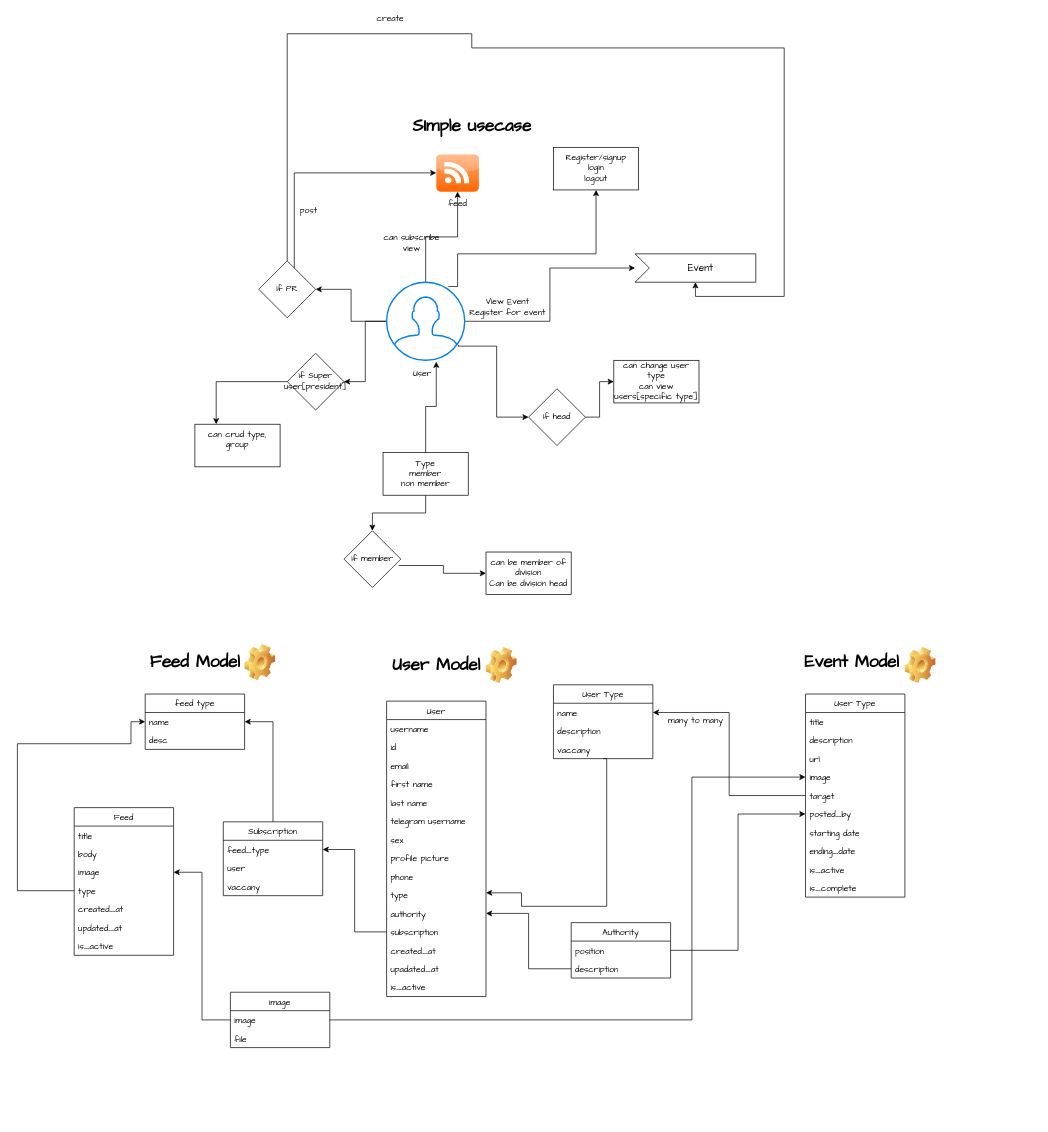
This is csec-hub-simple-design.drawio from CSEC-ASTU/dev_hackathon_bro_code, a draw.io file, before an edit. Source tidied: cells renumbered, new cells numbered last; positions are measured from the earlier drawing's top-left corner, leaving out a move shared by most shapes. Both pictures are drawn from the tidied source at 71%, with x=0, y=0 at pixel (17, 12).
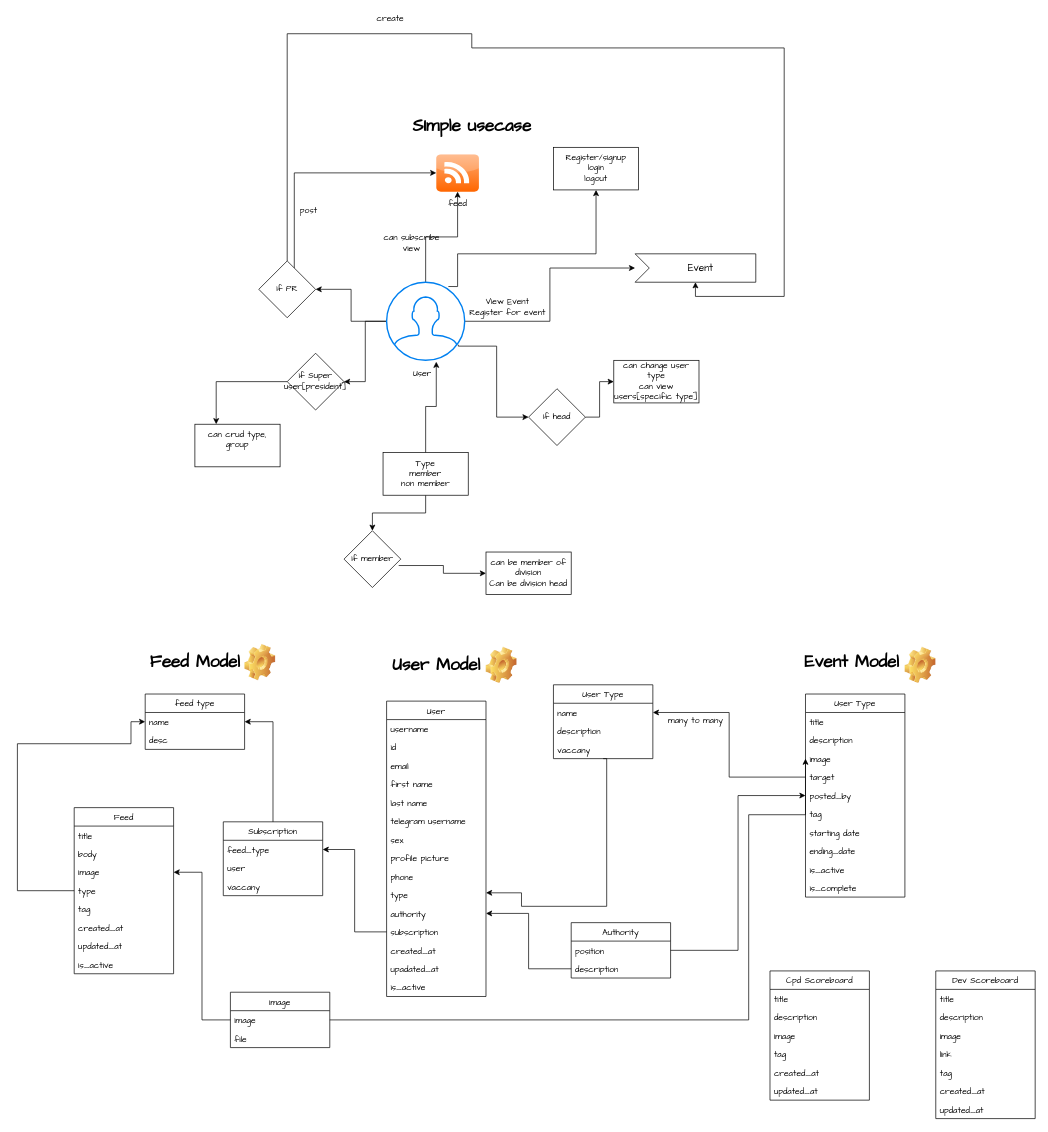
After the change.

The change refers to these unchanged cells:
```xml
<mxCell id="78" value="User Type" style="swimlane;fontStyle=0;horizontal=1;startSize=26;fillColor=none;fontFamily=Comic Sans MS;" parent="1" vertex="1">
  <mxGeometry x="1110" y="960" width="140" height="286" as="geometry" />
</mxCell>
<mxCell id="91" value="image" style="text;strokeColor=none;fillColor=none;align=left;verticalAlign=top;spacingLeft=4;spacingRight=4;overflow=hidden;points=[[0,0.5],[1,0.5]];portConstraint=eastwest;fontFamily=Comic Sans MS;" parent="90" vertex="1">
  <mxGeometry y="26" width="140" height="26" as="geometry" />
</mxCell>
```

What changed in the source:
```diff
@@
     <mxCell id="64" value="Feed" style="swimlane;fontStyle=0;horizontal=1;startSize=26;fillColor=none;fontFamily=Comic Sans MS;" parent="1" vertex="1">
-      <mxGeometry x="80" y="1120" width="140" height="208" as="geometry" />
+      <mxGeometry x="80" y="1120" width="140" height="234" as="geometry" />
     </mxCell>
@@
+    <mxCell id="102" value="tag" style="text;strokeColor=none;fillColor=none;align=left;verticalAlign=top;spacingLeft=4;spacingRight=4;overflow=hidden;fontFamily=Comic Sans MS;" parent="64" vertex="1">
+      <mxGeometry y="130" width="140" height="26" as="geometry" />
+    </mxCell>
     <mxCell id="69" value="created_at" style="text;strokeColor=none;fillColor=none;align=left;verticalAlign=top;spacingLeft=4;spacingRight=4;overflow=hidden;fontFamily=Comic Sans MS;" parent="64" vertex="1">
-      <mxGeometry y="130" width="140" height="26" as="geometry" />
+      <mxGeometry y="156" width="140" height="26" as="geometry" />
     </mxCell>
     <mxCell id="70" value="updated_at" style="text;strokeColor=none;fillColor=none;align=left;verticalAlign=top;spacingLeft=4;spacingRight=4;overflow=hidden;fontFamily=Comic Sans MS;" parent="64" vertex="1">
-      <mxGeometry y="156" width="140" height="26" as="geometry" />
+      <mxGeometry y="182" width="140" height="26" as="geometry" />
     </mxCell>
     <mxCell id="71" value="is_active" style="text;strokeColor=none;fillColor=none;align=left;verticalAlign=top;spacingLeft=4;spacingRight=4;overflow=hidden;fontFamily=Comic Sans MS;" parent="64" vertex="1">
-      <mxGeometry y="182" width="140" height="26" as="geometry" />
+      <mxGeometry y="208" width="140" height="26" as="geometry" />
     </mxCell>
@@
-    <mxCell id="81" value="url" style="text;strokeColor=none;fillColor=none;align=left;verticalAlign=top;spacingLeft=4;spacingRight=4;overflow=hidden;fontFamily=Comic Sans MS;" parent="78" vertex="1">
-      <mxGeometry y="78" width="140" height="26" as="geometry" />
-    </mxCell>
     <mxCell id="82" value="image" style="text;strokeColor=none;fillColor=none;align=left;verticalAlign=top;spacingLeft=4;spacingRight=4;overflow=hidden;points=[[0,0.5],[1,0.5]];portConstraint=eastwest;fontFamily=Comic Sans MS;" parent="78" vertex="1">
-      <mxGeometry y="104" width="140" height="26" as="geometry" />
+      <mxGeometry y="78" width="140" height="26" as="geometry" />
     </mxCell>
     <mxCell id="83" value="target" style="text;strokeColor=none;fillColor=none;align=left;verticalAlign=top;spacingLeft=4;spacingRight=4;overflow=hidden;points=[[0,0.5],[1,0.5]];portConstraint=eastwest;fontFamily=Comic Sans MS;" parent="78" vertex="1">
-      <mxGeometry y="130" width="140" height="26" as="geometry" />
+      <mxGeometry y="104" width="140" height="26" as="geometry" />
     </mxCell>
     <mxCell id="84" value="posted_by" style="text;strokeColor=none;fillColor=none;align=left;verticalAlign=top;spacingLeft=4;spacingRight=4;overflow=hidden;points=[[0,0.5],[1,0.5]];portConstraint=eastwest;fontFamily=Comic Sans MS;" parent="78" vertex="1">
-      <mxGeometry y="156" width="140" height="26" as="geometry" />
+      <mxGeometry y="130" width="140" height="26" as="geometry" />
     </mxCell>
+    <mxCell id="103" value="tag" style="text;strokeColor=none;fillColor=none;align=left;verticalAlign=top;spacingLeft=4;spacingRight=4;overflow=hidden;fontFamily=Comic Sans MS;" parent="78" vertex="1">
+      <mxGeometry y="156" width="140" height="26" as="geometry" />
+    </mxCell>
@@
     <mxCell id="94" style="edgeStyle=orthogonalEdgeStyle;rounded=0;jettySize=auto;html=1;entryX=0;entryY=0.5;entryDx=0;entryDy=0;fontFamily=Comic Sans MS;" parent="1" edge="1" source="91" target="82">
       <mxGeometry relative="1" as="geometry">
         <Array as="points">
-          <mxPoint x="950" y="1419" />
-          <mxPoint x="950" y="1077" />
+          <mxPoint x="1030" y="1419" />
+          <mxPoint x="1030" y="1130" />
+          <mxPoint x="1110" y="1130" />
         </Array>
       </mxGeometry>
     </mxCell>
@@
+    <mxCell id="104" value="Cpd Scoreboard" style="swimlane;fontStyle=0;horizontal=1;startSize=26;fillColor=none;fontFamily=Comic Sans MS;" parent="1" vertex="1">
+      <mxGeometry x="1060" y="1350" width="140" height="182" as="geometry" />
+    </mxCell>
+    <mxCell id="105" value="title" style="text;strokeColor=none;fillColor=none;align=left;verticalAlign=top;spacingLeft=4;spacingRight=4;overflow=hidden;fontFamily=Comic Sans MS;" parent="104" vertex="1">
+      <mxGeometry y="26" width="140" height="26" as="geometry" />
+    </mxCell>
+    <mxCell id="106" value="description" style="text;strokeColor=none;fillColor=none;align=left;verticalAlign=top;spacingLeft=4;spacingRight=4;overflow=hidden;fontFamily=Comic Sans MS;" parent="104" vertex="1">
+      <mxGeometry y="52" width="140" height="26" as="geometry" />
+    </mxCell>
+    <mxCell id="107" value="image" style="text;strokeColor=none;fillColor=none;align=left;verticalAlign=top;spacingLeft=4;spacingRight=4;overflow=hidden;fontFamily=Comic Sans MS;" parent="104" vertex="1">
+      <mxGeometry y="78" width="140" height="26" as="geometry" />
+    </mxCell>
+    <mxCell id="108" value="tag" style="text;strokeColor=none;fillColor=none;align=left;verticalAlign=top;spacingLeft=4;spacingRight=4;overflow=hidden;fontFamily=Comic Sans MS;" parent="104" vertex="1">
+      <mxGeometry y="104" width="140" height="26" as="geometry" />
+    </mxCell>
+    <mxCell id="109" value="created_at" style="text;strokeColor=none;fillColor=none;align=left;verticalAlign=top;spacingLeft=4;spacingRight=4;overflow=hidden;fontFamily=Comic Sans MS;" parent="104" vertex="1">
+      <mxGeometry y="130" width="140" height="26" as="geometry" />
+    </mxCell>
+    <mxCell id="110" value="updated_at" style="text;strokeColor=none;fillColor=none;align=left;verticalAlign=top;spacingLeft=4;spacingRight=4;overflow=hidden;fontFamily=Comic Sans MS;" parent="104" vertex="1">
+      <mxGeometry y="156" width="140" height="26" as="geometry" />
+    </mxCell>
+    <mxCell id="111" value="Dev Scoreboard" style="swimlane;fontStyle=0;horizontal=1;startSize=26;fillColor=none;fontFamily=Comic Sans MS;" parent="1" vertex="1">
+      <mxGeometry x="1293.5" y="1350" width="140" height="208" as="geometry" />
+    </mxCell>
+    <mxCell id="112" value="title" style="text;strokeColor=none;fillColor=none;align=left;verticalAlign=top;spacingLeft=4;spacingRight=4;overflow=hidden;fontFamily=Comic Sans MS;" parent="111" vertex="1">
+      <mxGeometry y="26" width="140" height="26" as="geometry" />
+    </mxCell>
+    <mxCell id="113" value="description" style="text;strokeColor=none;fillColor=none;align=left;verticalAlign=top;spacingLeft=4;spacingRight=4;overflow=hidden;fontFamily=Comic Sans MS;" parent="111" vertex="1">
+      <mxGeometry y="52" width="140" height="26" as="geometry" />
+    </mxCell>
+    <mxCell id="114" value="image" style="text;strokeColor=none;fillColor=none;align=left;verticalAlign=top;spacingLeft=4;spacingRight=4;overflow=hidden;fontFamily=Comic Sans MS;" parent="111" vertex="1">
+      <mxGeometry y="78" width="140" height="26" as="geometry" />
+    </mxCell>
+    <mxCell id="115" value="link" style="text;strokeColor=none;fillColor=none;align=left;verticalAlign=top;spacingLeft=4;spacingRight=4;overflow=hidden;fontFamily=Comic Sans MS;" parent="111" vertex="1">
+      <mxGeometry y="104" width="140" height="26" as="geometry" />
+    </mxCell>
+    <mxCell id="116" value="tag" style="text;strokeColor=none;fillColor=none;align=left;verticalAlign=top;spacingLeft=4;spacingRight=4;overflow=hidden;fontFamily=Comic Sans MS;" parent="111" vertex="1">
+      <mxGeometry y="130" width="140" height="26" as="geometry" />
+    </mxCell>
+    <mxCell id="117" value="created_at" style="text;strokeColor=none;fillColor=none;align=left;verticalAlign=top;spacingLeft=4;spacingRight=4;overflow=hidden;fontFamily=Comic Sans MS;" parent="111" vertex="1">
+      <mxGeometry y="156" width="140" height="26" as="geometry" />
+    </mxCell>
+    <mxCell id="118" value="updated_at" style="text;strokeColor=none;fillColor=none;align=left;verticalAlign=top;spacingLeft=4;spacingRight=4;overflow=hidden;fontFamily=Comic Sans MS;" parent="111" vertex="1">
+      <mxGeometry y="182" width="140" height="26" as="geometry" />
+    </mxCell>
```
